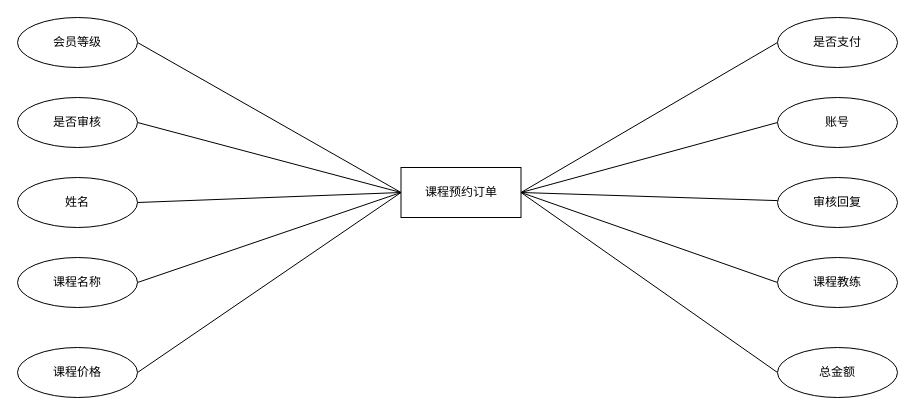
Before: 未命名绘图.drawio in zcb333/front-end-interview, a draw.io diagram. Source tidied: cells renumbered, new cells numbered last; positions are measured from the earlier drawing's top-left corner, leaving out a move shared by most shapes. Both pictures are drawn from the tidied source at 100%, with x=0, y=0 at pixel (17, 17).
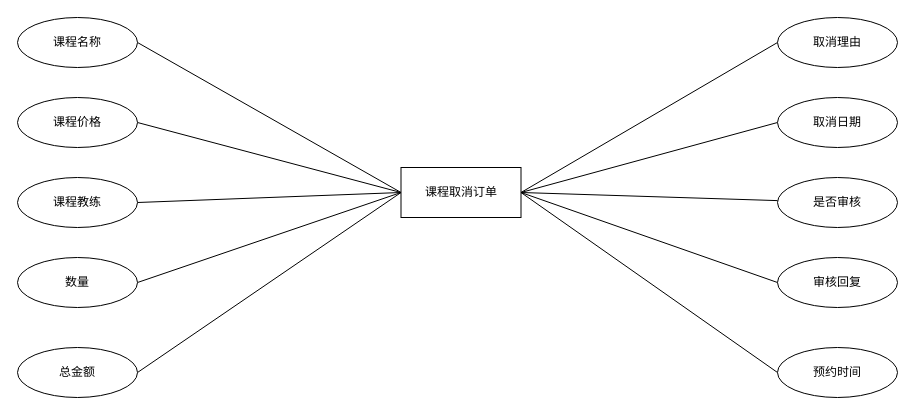
After the change.

Commit message:
数据库课程取消订单.drawio

The edit, as a diff of the source:
```diff
@@
-    <mxCell id="4" value="姓名" style="ellipse;whiteSpace=wrap;html=1;" parent="1" vertex="1">
+    <mxCell id="4" value="课程教练" style="ellipse;whiteSpace=wrap;html=1;" parent="1" vertex="1">
       <mxGeometry y="160" width="120" height="50" as="geometry" />
     </mxCell>
@@
-    <mxCell id="6" value="账号" style="ellipse;whiteSpace=wrap;html=1;" parent="1" vertex="1">
+    <mxCell id="6" value="取消日期" style="ellipse;whiteSpace=wrap;html=1;" parent="1" vertex="1">
       <mxGeometry x="760" y="80" width="120" height="50" as="geometry" />
     </mxCell>
@@
-    <mxCell id="8" value="会员等级" style="ellipse;whiteSpace=wrap;html=1;" parent="1" vertex="1">
+    <mxCell id="8" value="课程名称" style="ellipse;whiteSpace=wrap;html=1;" parent="1" vertex="1">
       <mxGeometry width="120" height="50" as="geometry" />
     </mxCell>
@@
-    <mxCell id="10" value="是否审核" style="ellipse;whiteSpace=wrap;html=1;" parent="1" vertex="1">
+    <mxCell id="10" value="课程价格" style="ellipse;whiteSpace=wrap;html=1;" parent="1" vertex="1">
       <mxGeometry y="80" width="120" height="50" as="geometry" />
     </mxCell>
-    <mxCell id="11" value="课程预约订单" style="rounded=0;whiteSpace=wrap;html=1;" parent="1" vertex="1">
+    <mxCell id="11" value="课程取消订单" style="rounded=0;whiteSpace=wrap;html=1;" parent="1" vertex="1">
       <mxGeometry x="383.5" y="150" width="120" height="50" as="geometry" />
     </mxCell>
@@
-    <mxCell id="14" value="课程名称" style="ellipse;whiteSpace=wrap;html=1;" parent="1" vertex="1">
+    <mxCell id="14" value="数量" style="ellipse;whiteSpace=wrap;html=1;" parent="1" vertex="1">
       <mxGeometry y="240" width="120" height="50" as="geometry" />
     </mxCell>
@@
-    <mxCell id="16" value="总金额" style="ellipse;whiteSpace=wrap;html=1;" parent="1" vertex="1">
+    <mxCell id="16" value="预约时间" style="ellipse;whiteSpace=wrap;html=1;" parent="1" vertex="1">
       <mxGeometry x="760" y="330" width="120" height="50" as="geometry" />
     </mxCell>
@@
-    <mxCell id="18" value="审核回复" style="ellipse;whiteSpace=wrap;html=1;" parent="1" vertex="1">
+    <mxCell id="18" value="是否审核" style="ellipse;whiteSpace=wrap;html=1;" parent="1" vertex="1">
       <mxGeometry x="760" y="160" width="120" height="50" as="geometry" />
     </mxCell>
@@
-    <mxCell id="20" value="课程教练" style="ellipse;whiteSpace=wrap;html=1;" parent="1" vertex="1">
+    <mxCell id="20" value="审核回复" style="ellipse;whiteSpace=wrap;html=1;" parent="1" vertex="1">
       <mxGeometry x="760" y="240" width="120" height="50" as="geometry" />
     </mxCell>
@@
-    <mxCell id="22" value="课程价格" style="ellipse;whiteSpace=wrap;html=1;" parent="1" vertex="1">
+    <mxCell id="22" value="总金额" style="ellipse;whiteSpace=wrap;html=1;" parent="1" vertex="1">
       <mxGeometry y="330" width="120" height="50" as="geometry" />
     </mxCell>
@@
-    <mxCell id="24" value="是否支付" style="ellipse;whiteSpace=wrap;html=1;" parent="1" vertex="1">
+    <mxCell id="24" value="取消理由" style="ellipse;whiteSpace=wrap;html=1;" parent="1" vertex="1">
       <mxGeometry x="760" width="120" height="50" as="geometry" />
     </mxCell>
```
